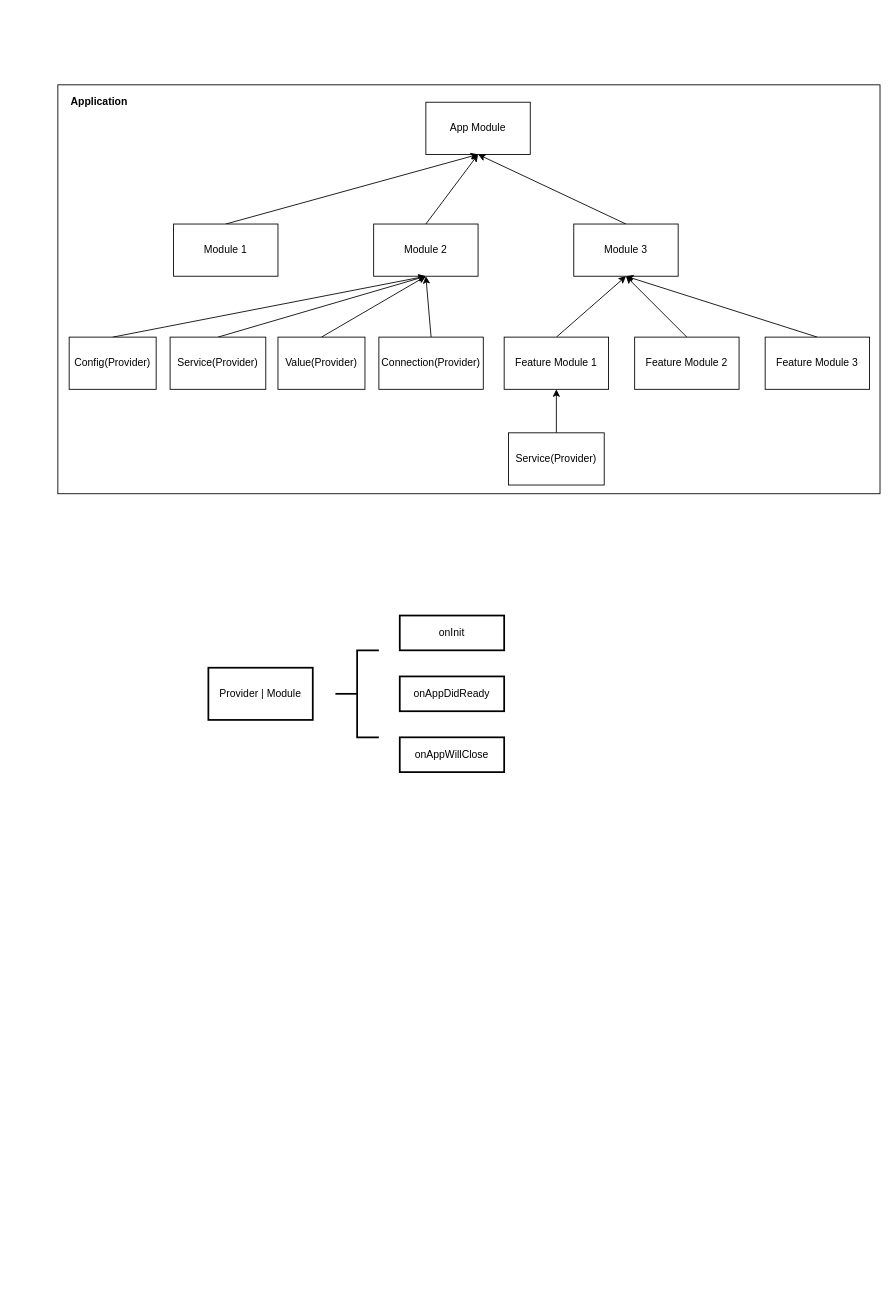
Before: docs/docs.drawio in augejs/core, a draw.io diagram. Source tidied: cells renumbered, new cells numbered last; positions are measured from the earlier drawing's top-left corner, leaving out a move shared by most shapes. Both pictures are drawn from the tidied source at 87%, with x=0, y=0 at pixel (57, 84).
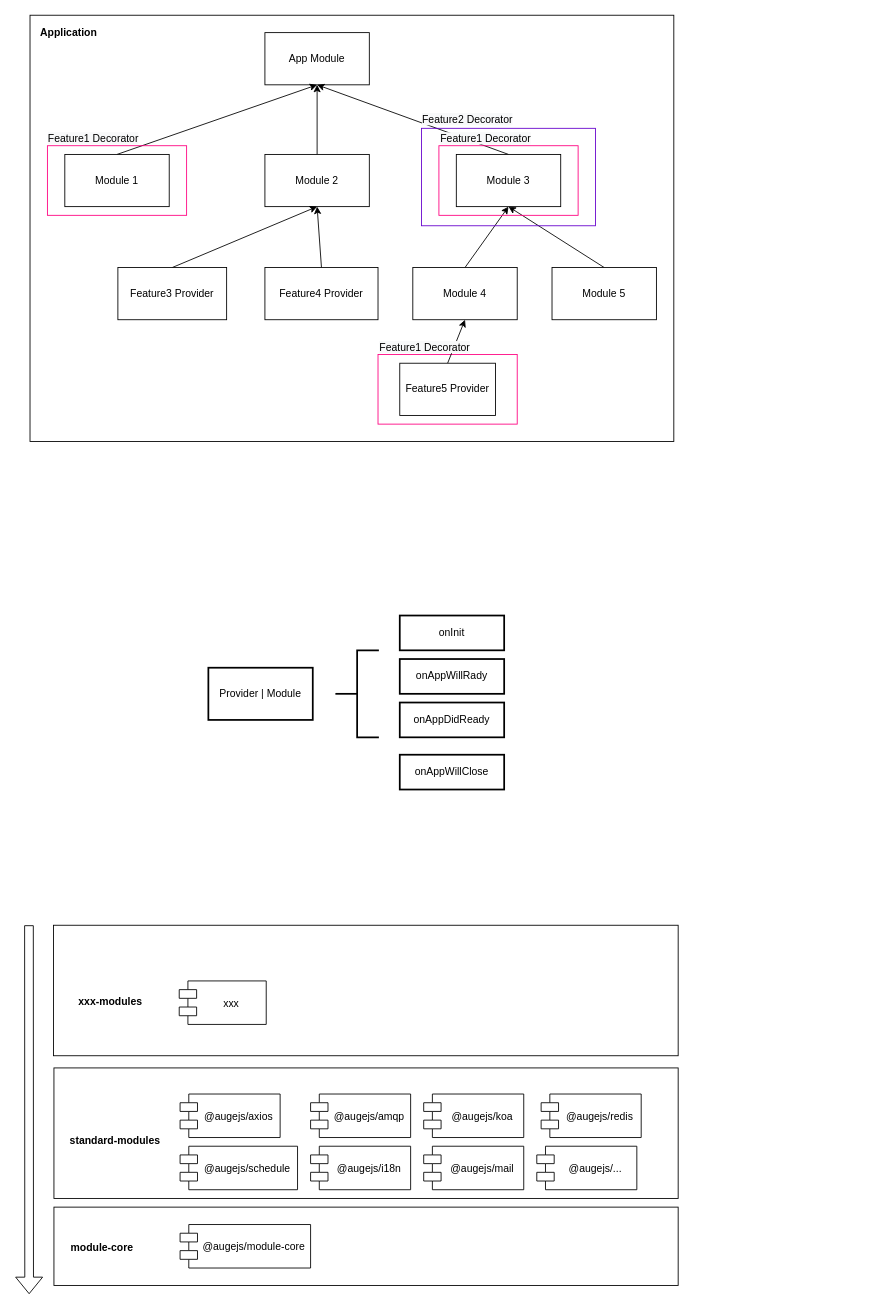
Above is the later version.

The edit, as a diff of the source:
```diff
@@
+    <mxCell id="32" style="rounded=0;whiteSpace=wrap;html=1;strokeColor=#000000;strokeWidth=1;fillColor=none;" parent="1" vertex="1">
+      <mxGeometry x="-4.5" y="1290" width="717.5" height="90" as="geometry" />
+    </mxCell>
+    <mxCell id="33" style="rounded=0;whiteSpace=wrap;html=1;strokeColor=#000000;strokeWidth=1;fillColor=none;" parent="1" vertex="1">
+      <mxGeometry x="-4.5" y="1130" width="717.5" height="150" as="geometry" />
+    </mxCell>
+    <mxCell id="34" style="rounded=0;whiteSpace=wrap;html=1;fillColor=none;align=right;strokeColor=#FF0080;" parent="1" vertex="1">
+      <mxGeometry x="368" y="310" width="160" height="80" as="geometry" />
+    </mxCell>
     <mxCell id="2" style="rounded=0;whiteSpace=wrap;html=1;fillColor=none;" parent="1" vertex="1">
-      <mxGeometry width="945" height="470" as="geometry" />
+      <mxGeometry x="-32" y="-80" width="740" height="490" as="geometry" />
     </mxCell>
     <mxCell id="3" value="App Module" style="rounded=0;whiteSpace=wrap;html=1;" parent="1" vertex="1">
-      <mxGeometry x="423" y="20" width="120" height="60" as="geometry" />
+      <mxGeometry x="238" y="-60" width="120" height="60" as="geometry" />
     </mxCell>
@@
     <mxCell id="5" value="Module 2" style="rounded=0;whiteSpace=wrap;html=1;" parent="1" vertex="1">
-      <mxGeometry x="363" y="160" width="120" height="60" as="geometry" />
+      <mxGeometry x="238" y="80" width="120" height="60" as="geometry" />
     </mxCell>
@@
     <mxCell id="7" value="Module 3" style="rounded=0;whiteSpace=wrap;html=1;" parent="1" vertex="1">
-      <mxGeometry x="593" y="160" width="120" height="60" as="geometry" />
+      <mxGeometry x="458" y="80" width="120" height="60" as="geometry" />
     </mxCell>
-    <mxCell id="8" style="edgeStyle=none;rounded=0;jettySize=auto;html=1;exitX=0.5;exitY=0;exitDx=0;exitDy=0;entryX=0.5;entryY=1;entryDx=0;entryDy=0;" parent="1" edge="1" source="9" target="5">
-      <mxGeometry relative="1" as="geometry" />
-    </mxCell>
-    <mxCell id="9" value="Service(Provider)" style="rounded=0;whiteSpace=wrap;html=1;" parent="1" vertex="1">
-      <mxGeometry x="129" y="290" width="110" height="60" as="geometry" />
-    </mxCell>
@@
-    <mxCell id="11" value="Value(Provider)" style="rounded=0;whiteSpace=wrap;html=1;" parent="1" vertex="1">
-      <mxGeometry x="253" y="290" width="100" height="60" as="geometry" />
+    <mxCell id="11" value="Feature4 Provider" style="rounded=0;whiteSpace=wrap;html=1;" parent="1" vertex="1">
+      <mxGeometry x="238" y="210" width="130" height="60" as="geometry" />
     </mxCell>
-    <mxCell id="12" style="edgeStyle=none;rounded=0;jettySize=auto;html=1;exitX=0.5;exitY=0;exitDx=0;exitDy=0;entryX=0.5;entryY=1;entryDx=0;entryDy=0;" parent="1" edge="1" source="13" target="5">
-      <mxGeometry relative="1" as="geometry" />
-    </mxCell>
-    <mxCell id="13" value="Connection(Provider)" style="rounded=0;whiteSpace=wrap;html=1;" parent="1" vertex="1">
-      <mxGeometry x="369" y="290" width="120" height="60" as="geometry" />
-    </mxCell>
@@
-    <mxCell id="15" value="Config(Provider)" style="rounded=0;whiteSpace=wrap;html=1;" parent="1" vertex="1">
-      <mxGeometry x="13" y="290" width="100" height="60" as="geometry" />
+    <mxCell id="15" value="Feature3 Provider" style="rounded=0;whiteSpace=wrap;html=1;" parent="1" vertex="1">
+      <mxGeometry x="69" y="210" width="125" height="60" as="geometry" />
     </mxCell>
@@
-    <mxCell id="17" value="Feature Module 1" style="rounded=0;whiteSpace=wrap;html=1;" parent="1" vertex="1">
-      <mxGeometry x="513" y="290" width="120" height="60" as="geometry" />
+    <mxCell id="17" value="Module 4" style="rounded=0;whiteSpace=wrap;html=1;" parent="1" vertex="1">
+      <mxGeometry x="408" y="210" width="120" height="60" as="geometry" />
     </mxCell>
@@
     <mxCell id="19" value="Module 1" style="rounded=0;whiteSpace=wrap;html=1;" parent="1" vertex="1">
-      <mxGeometry x="133" y="160" width="120" height="60" as="geometry" />
+      <mxGeometry x="8" y="80" width="120" height="60" as="geometry" />
     </mxCell>
@@
-    <mxCell id="21" value="Feature Module 2" style="rounded=0;whiteSpace=wrap;html=1;" parent="1" vertex="1">
-      <mxGeometry x="663" y="290" width="120" height="60" as="geometry" />
+    <mxCell id="21" value="Module 5" style="rounded=0;whiteSpace=wrap;html=1;" parent="1" vertex="1">
+      <mxGeometry x="568" y="210" width="120" height="60" as="geometry" />
     </mxCell>
-    <mxCell id="22" style="edgeStyle=none;rounded=0;jettySize=auto;html=1;exitX=0.5;exitY=0;exitDx=0;exitDy=0;entryX=0.5;entryY=1;entryDx=0;entryDy=0;" parent="1" edge="1" source="23" target="7">
-      <mxGeometry relative="1" as="geometry" />
-    </mxCell>
-    <mxCell id="23" value="Feature Module 3" style="rounded=0;whiteSpace=wrap;html=1;" parent="1" vertex="1">
-      <mxGeometry x="813" y="290" width="120" height="60" as="geometry" />
-    </mxCell>
@@
-    <mxCell id="25" value="Service(Provider)" style="rounded=0;whiteSpace=wrap;html=1;" parent="1" vertex="1">
-      <mxGeometry x="518" y="400" width="110" height="60" as="geometry" />
+    <mxCell id="25" value="Feature5 Provider" style="rounded=0;whiteSpace=wrap;html=1;" parent="1" vertex="1">
+      <mxGeometry x="393" y="320" width="110" height="60" as="geometry" />
     </mxCell>
     <mxCell id="26" value="Application" style="text;html=1;strokeColor=none;fillColor=none;align=left;verticalAlign=middle;whiteSpace=wrap;rounded=0;fontStyle=1;" parent="1" vertex="1">
-      <mxGeometry x="13" y="10" width="80" height="20" as="geometry" />
+      <mxGeometry x="-22" y="-70" width="80" height="20" as="geometry" />
     </mxCell>
@@
     <mxCell id="30" value="onAppDidReady" style="rounded=0;whiteSpace=wrap;html=1;strokeWidth=2;fillColor=none;align=center;" parent="1" vertex="1">
-      <mxGeometry x="393" y="680" width="120" height="40" as="geometry" />
+      <mxGeometry x="393" y="710" width="120" height="40" as="geometry" />
     </mxCell>
     <mxCell id="31" value="onAppWillClose" style="rounded=0;whiteSpace=wrap;html=1;strokeWidth=2;fillColor=none;align=center;" parent="1" vertex="1">
-      <mxGeometry x="393" y="750" width="120" height="40" as="geometry" />
+      <mxGeometry x="393" y="770" width="120" height="40" as="geometry" />
     </mxCell>
+    <mxCell id="35" style="rounded=0;whiteSpace=wrap;html=1;fillColor=none;align=right;strokeColor=#FF0080;" parent="1" vertex="1">
+      <mxGeometry x="-12" y="70" width="160" height="80" as="geometry" />
+    </mxCell>
+    <mxCell id="36" value="&lt;span style=&quot;color: rgb(0 , 0 , 0) ; font-family: &amp;#34;helvetica&amp;#34; ; font-size: 12px ; font-style: normal ; font-weight: 400 ; letter-spacing: normal ; text-align: right ; text-indent: 0px ; text-transform: none ; word-spacing: 0px ; background-color: rgb(248 , 249 , 250) ; display: inline ; float: none&quot;&gt;Feature1 Decorator&lt;/span&gt;" style="text;whiteSpace=wrap;html=1;" parent="1" vertex="1">
+      <mxGeometry x="-13" y="48" width="111" height="30" as="geometry" />
+    </mxCell>
+    <mxCell id="37" value="&lt;span style=&quot;color: rgb(0 , 0 , 0) ; font-family: &amp;#34;helvetica&amp;#34; ; font-size: 12px ; font-style: normal ; font-weight: 400 ; letter-spacing: normal ; text-align: right ; text-indent: 0px ; text-transform: none ; word-spacing: 0px ; background-color: rgb(248 , 249 , 250) ; display: inline ; float: none&quot;&gt;Feature1 Decorator&lt;/span&gt;" style="text;whiteSpace=wrap;html=1;" parent="1" vertex="1">
+      <mxGeometry x="368" y="288" width="110" height="30" as="geometry" />
+    </mxCell>
+    <mxCell id="38" style="rounded=0;whiteSpace=wrap;html=1;fillColor=none;align=right;strokeColor=#FF0080;" parent="1" vertex="1">
+      <mxGeometry x="438" y="70" width="160" height="80" as="geometry" />
+    </mxCell>
+    <mxCell id="39" value="&lt;span style=&quot;color: rgb(0 , 0 , 0) ; font-family: &amp;#34;helvetica&amp;#34; ; font-size: 12px ; font-style: normal ; font-weight: 400 ; letter-spacing: normal ; text-align: right ; text-indent: 0px ; text-transform: none ; word-spacing: 0px ; background-color: rgb(248 , 249 , 250) ; display: inline ; float: none&quot;&gt;Feature1 Decorator&lt;/span&gt;" style="text;whiteSpace=wrap;html=1;" parent="1" vertex="1">
+      <mxGeometry x="438" y="48" width="111" height="30" as="geometry" />
+    </mxCell>
+    <mxCell id="40" style="rounded=0;whiteSpace=wrap;html=1;fillColor=none;align=right;strokeColor=#6600CC;" parent="1" vertex="1">
+      <mxGeometry x="418" y="50" width="200" height="112" as="geometry" />
+    </mxCell>
+    <mxCell id="41" value="&lt;span style=&quot;color: rgb(0 , 0 , 0) ; font-family: &amp;#34;helvetica&amp;#34; ; font-size: 12px ; font-style: normal ; font-weight: 400 ; letter-spacing: normal ; text-align: right ; text-indent: 0px ; text-transform: none ; word-spacing: 0px ; background-color: rgb(248 , 249 , 250) ; display: inline ; float: none&quot;&gt;Feature2 Decorator&lt;/span&gt;" style="text;whiteSpace=wrap;html=1;" parent="1" vertex="1">
+      <mxGeometry x="417" y="26" width="111" height="30" as="geometry" />
+    </mxCell>
+    <mxCell id="42" value="@augejs/module-core" style="shape=module;align=left;spacingLeft=20;align=center;verticalAlign=middle;strokeWidth=1;fillColor=none;" parent="1" vertex="1">
+      <mxGeometry x="140.5" y="1310" width="150" height="50" as="geometry" />
+    </mxCell>
+    <mxCell id="43" value="@augejs/amqp" style="shape=module;align=left;spacingLeft=20;align=center;verticalAlign=middle;strokeWidth=1;fillColor=none;" parent="1" vertex="1">
+      <mxGeometry x="290.5" y="1160" width="115" height="50" as="geometry" />
+    </mxCell>
+    <mxCell id="44" value="standard-modules" style="text;whiteSpace=wrap;html=1;fontStyle=1;" parent="1" vertex="1">
+      <mxGeometry x="11.5" y="1200" width="120" height="30" as="geometry" />
+    </mxCell>
+    <mxCell id="45" value="@augejs/koa" style="shape=module;align=left;spacingLeft=20;align=center;verticalAlign=middle;strokeWidth=1;fillColor=none;" parent="1" vertex="1">
+      <mxGeometry x="420.5" y="1160" width="115" height="50" as="geometry" />
+    </mxCell>
+    <mxCell id="46" value="@augejs/axios" style="shape=module;align=left;spacingLeft=20;align=center;verticalAlign=middle;strokeWidth=1;fillColor=none;" parent="1" vertex="1">
+      <mxGeometry x="140.5" y="1160" width="115" height="50" as="geometry" />
+    </mxCell>
+    <mxCell id="47" value="@augejs/i18n" style="shape=module;align=left;spacingLeft=20;align=center;verticalAlign=middle;strokeWidth=1;fillColor=none;" parent="1" vertex="1">
+      <mxGeometry x="290.5" y="1220" width="115" height="50" as="geometry" />
+    </mxCell>
+    <mxCell id="48" value="@augejs/mail" style="shape=module;align=left;spacingLeft=20;align=center;verticalAlign=middle;strokeWidth=1;fillColor=none;" parent="1" vertex="1">
+      <mxGeometry x="420.5" y="1220" width="115" height="50" as="geometry" />
+    </mxCell>
+    <mxCell id="49" value="@augejs/redis" style="shape=module;align=left;spacingLeft=20;align=center;verticalAlign=middle;strokeWidth=1;fillColor=none;" parent="1" vertex="1">
+      <mxGeometry x="555.5" y="1160" width="115" height="50" as="geometry" />
+    </mxCell>
+    <mxCell id="50" value="@augejs/schedule" style="shape=module;align=left;spacingLeft=20;align=center;verticalAlign=middle;strokeWidth=1;fillColor=none;" parent="1" vertex="1">
+      <mxGeometry x="140.5" y="1220" width="135" height="50" as="geometry" />
+    </mxCell>
+    <mxCell id="51" value="module-core" style="text;whiteSpace=wrap;html=1;fontStyle=1;" parent="1" vertex="1">
+      <mxGeometry x="12.5" y="1323" width="120" height="30" as="geometry" />
+    </mxCell>
+    <mxCell id="52" style="rounded=0;whiteSpace=wrap;html=1;strokeColor=#000000;strokeWidth=1;fillColor=none;" parent="1" vertex="1">
+      <mxGeometry x="-5" y="966" width="718" height="150" as="geometry" />
+    </mxCell>
+    <mxCell id="53" value="xxx-modules" style="text;whiteSpace=wrap;html=1;fontStyle=1;" parent="1" vertex="1">
+      <mxGeometry x="21.5" y="1040" width="120" height="30" as="geometry" />
+    </mxCell>
+    <mxCell id="54" value="xxx" style="shape=module;align=left;spacingLeft=20;align=center;verticalAlign=middle;strokeWidth=1;fillColor=none;" parent="1" vertex="1">
+      <mxGeometry x="139.5" y="1030" width="100" height="50" as="geometry" />
+    </mxCell>
+    <mxCell id="55" value="@augejs/..." style="shape=module;align=left;spacingLeft=20;align=center;verticalAlign=middle;strokeWidth=1;fillColor=none;" parent="1" vertex="1">
+      <mxGeometry x="550.5" y="1220" width="115" height="50" as="geometry" />
+    </mxCell>
+    <mxCell id="56" style="shape=flexArrow;endArrow=classic;html=1;" parent="1" edge="1">
+      <mxGeometry relative="1" as="geometry">
+        <mxPoint x="-33.2" y="966" as="sourcePoint" />
+        <mxPoint x="-33" y="1390" as="targetPoint" />
+      </mxGeometry>
+    </mxCell>
+    <mxCell id="57" value="onAppWillRady" style="rounded=0;whiteSpace=wrap;html=1;strokeWidth=2;fillColor=none;align=center;" parent="1" vertex="1">
+      <mxGeometry x="393" y="660" width="120" height="40" as="geometry" />
+    </mxCell>
```
